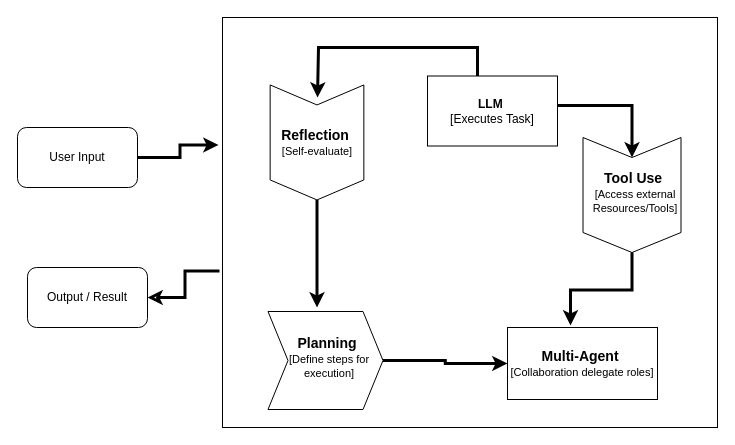
krishnamanchikalapudi/examples.ipynb keeps this draw.io diagram as page "Agentic Design Patterns" (3 of 6) of docs/AI.drawio. Above is the earlier version. Source tidied: cells renumbered, new cells numbered last; positions are measured from the earlier drawing's top-left corner, leaving out a move shared by most shapes. Both pictures are drawn from the tidied source at 100%, with x=0, y=0 at pixel (17, 17).
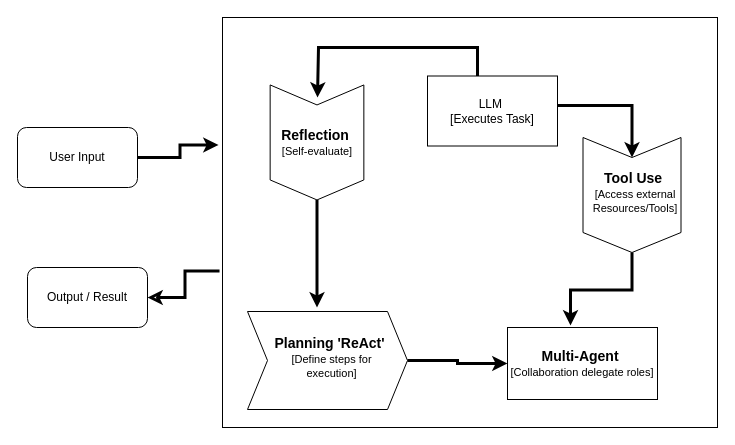
After the change.

The edit, as a diff of the source:
```diff
@@
-    <mxCell id="7" value="&lt;b&gt;LLM&lt;/b&gt;&amp;nbsp;&lt;div&gt;[Executes Task]&lt;/div&gt;" style="rounded=0;whiteSpace=wrap;html=1;" parent="1" vertex="1">
+    <mxCell id="7" value="LLM&amp;nbsp;&lt;div&gt;[Executes Task]&lt;/div&gt;" style="rounded=0;whiteSpace=wrap;html=1;" parent="1" vertex="1">
       <mxGeometry x="410" y="58.5" width="130" height="70" as="geometry" />
     </mxCell>
@@
     <mxCell id="13" style="group;" parent="1" vertex="1">
-      <mxGeometry x="250.5" y="294" width="115" height="98" as="geometry" />
+      <mxGeometry x="230" y="294" width="160" height="98" as="geometry" />
     </mxCell>
     <mxCell id="14" style="shape=step;perimeter=stepPerimeter;whiteSpace=wrap;html=1;fixedSize=1;rotation=0;" parent="13" vertex="1">
-      <mxGeometry width="115" height="98" as="geometry" />
+      <mxGeometry width="160" height="98" as="geometry" />
     </mxCell>
-    <mxCell id="15" value="&lt;font style=&quot;font-size: 14px;&quot;&gt;&lt;b style=&quot;&quot;&gt;Planning&lt;/b&gt;&amp;nbsp;&lt;/font&gt;&lt;div&gt;&lt;font style=&quot;font-size: 11px;&quot;&gt;[Define steps for execution]&lt;/font&gt;&lt;/div&gt;" style="rounded=0;whiteSpace=wrap;html=1;fillColor=none;strokeColor=none;" parent="13" vertex="1">
-      <mxGeometry x="16" y="21" width="90" height="50" as="geometry" />
+    <mxCell id="15" value="&lt;font style=&quot;font-size: 14px;&quot;&gt;&lt;b style=&quot;&quot;&gt;Planning 'ReAct'&lt;/b&gt;&amp;nbsp;&lt;/font&gt;&lt;div&gt;&lt;font style=&quot;font-size: 11px;&quot;&gt;[Define steps for execution]&lt;/font&gt;&lt;/div&gt;" style="rounded=0;whiteSpace=wrap;html=1;fillColor=none;strokeColor=none;" parent="13" vertex="1">
+      <mxGeometry x="22.3" y="21" width="125.2" height="50" as="geometry" />
     </mxCell>
```
